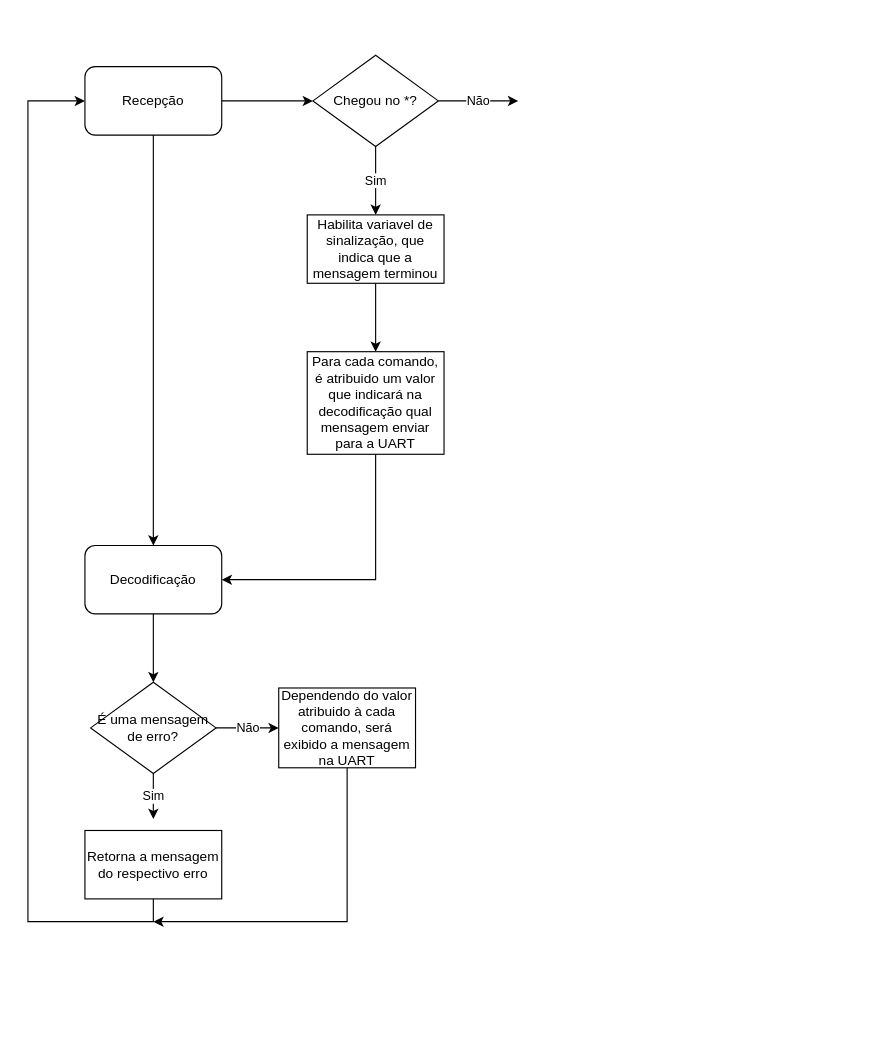
This is EA076_Fluxograma_1.drawio from GustavoFA/EA076_2022_1S, a draw.io file, before an edit. Source tidied: cells renumbered, new cells numbered last; positions are measured from the earlier drawing's top-left corner, leaving out a move shared by most shapes. Both pictures are drawn from the tidied source at 114%, with x=0, y=0 at pixel (27, 55).
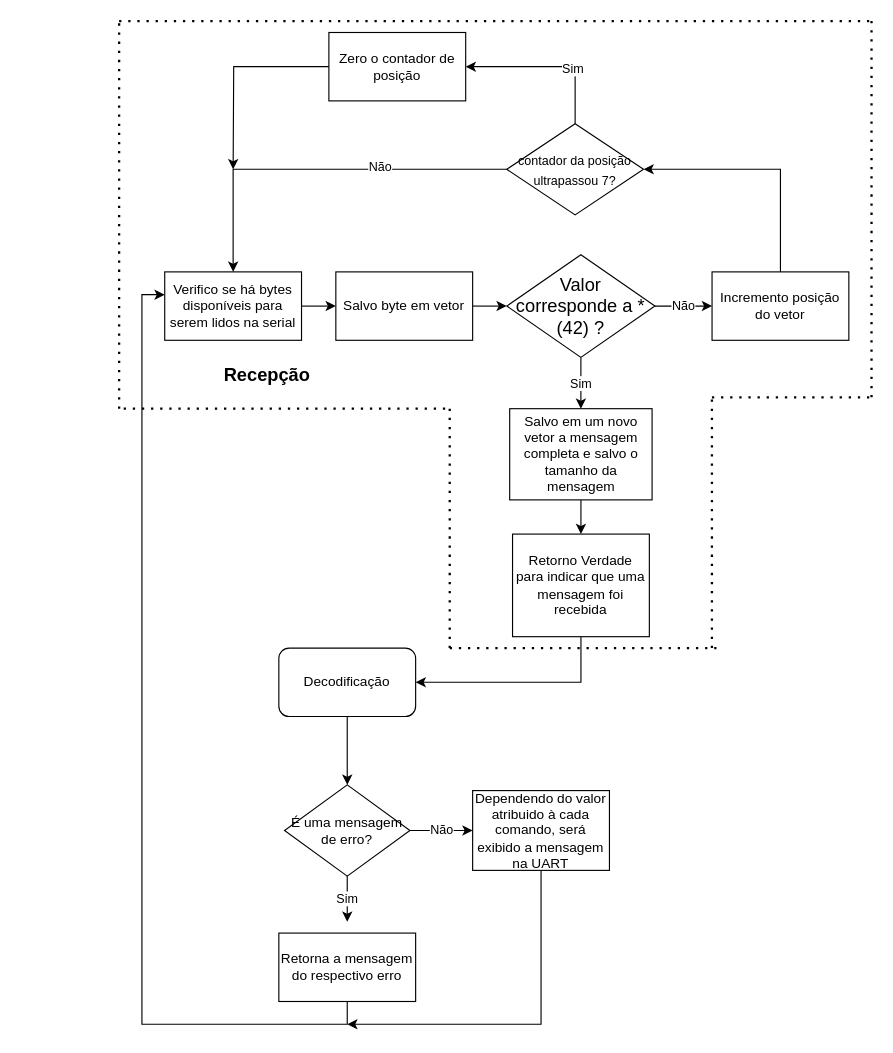
Above is the later version.

The edit, as a diff of the source:
```diff
@@
-    <mxCell id="2" style="edgeStyle=orthogonalEdgeStyle;rounded=0;jettySize=auto;html=1;entryX=0.5;entryY=0;entryDx=0;entryDy=0;" parent="1" edge="1" source="4" target="6">
-      <mxGeometry relative="1" as="geometry" />
-    </mxCell>
-    <mxCell id="3" style="edgeStyle=orthogonalEdgeStyle;rounded=0;jettySize=auto;html=1;" parent="1" edge="1" source="4" target="9">
-      <mxGeometry relative="1" as="geometry" />
-    </mxCell>
-    <mxCell id="4" value="Recepção" style="rounded=1;whiteSpace=wrap;html=1;" parent="1" vertex="1">
-      <mxGeometry x="50" y="10" width="120" height="60" as="geometry" />
-    </mxCell>
@@
     <mxCell id="6" value="Decodificação" style="rounded=1;whiteSpace=wrap;html=1;" parent="1" vertex="1">
-      <mxGeometry x="50" y="430" width="120" height="60" as="geometry" />
+      <mxGeometry x="220.1" y="520" width="120" height="60" as="geometry" />
     </mxCell>
-    <mxCell id="7" value="Não" style="edgeStyle=orthogonalEdgeStyle;rounded=0;jettySize=auto;html=1;exitX=1;exitY=0.5;exitDx=0;exitDy=0;" parent="1" edge="1" source="9">
-      <mxGeometry relative="1" as="geometry">
-        <mxPoint x="430" y="40" as="targetPoint" />
-      </mxGeometry>
+    <mxCell id="7" value="Não" style="edgeStyle=orthogonalEdgeStyle;rounded=0;jettySize=auto;html=1;exitX=1;exitY=0.5;exitDx=0;exitDy=0;entryX=0;entryY=0.5;entryDx=0;entryDy=0;" parent="1" edge="1" source="9" target="23">
+      <mxGeometry relative="1" as="geometry" />
     </mxCell>
@@
-    <mxCell id="9" value="Chegou no *?" style="rhombus;whiteSpace=wrap;html=1;" parent="1" vertex="1">
-      <mxGeometry x="250" width="110" height="80" as="geometry" />
+    <mxCell id="9" value="&lt;div&gt;&lt;span&gt;&lt;font style=&quot;font-size: 16px&quot;&gt;Valor corresponde a * (42) ?&lt;/font&gt;&lt;/span&gt;&lt;/div&gt;" style="rhombus;whiteSpace=wrap;html=1;align=center;" parent="1" vertex="1">
+      <mxGeometry x="420.1" y="175" width="129.9" height="90" as="geometry" />
     </mxCell>
-    <mxCell id="10" style="edgeStyle=orthogonalEdgeStyle;rounded=0;jettySize=auto;html=1;exitX=0.5;exitY=1;exitDx=0;exitDy=0;" parent="1" edge="1" source="11">
-      <mxGeometry relative="1" as="geometry">
-        <mxPoint x="305" y="260" as="targetPoint" />
-      </mxGeometry>
-    </mxCell>
+    <mxCell id="21" style="edgeStyle=orthogonalEdgeStyle;rounded=0;jettySize=auto;html=1;entryX=0.5;entryY=0;entryDx=0;entryDy=0;fontSize=16;" parent="1" edge="1" source="11" target="13">
+      <mxGeometry relative="1" as="geometry" />
+    </mxCell>
-    <mxCell id="11" value="Habilita variavel de sinalização, que indica que a mensagem terminou" style="whiteSpace=wrap;html=1;" parent="1" vertex="1">
-      <mxGeometry x="245" y="140" width="120" height="60" as="geometry" />
+    <mxCell id="11" value="Salvo em um novo vetor a mensagem completa e salvo o tamanho da mensagem" style="whiteSpace=wrap;html=1;" parent="1" vertex="1">
+      <mxGeometry x="422.6" y="310" width="124.9" height="80" as="geometry" />
     </mxCell>
@@
-    <mxCell id="13" value="Para cada comando, é atribuido um valor que indicará na decodificação qual mensagem enviar para a UART" style="rounded=0;whiteSpace=wrap;html=1;" parent="1" vertex="1">
-      <mxGeometry x="245" y="260" width="120" height="90" as="geometry" />
+    <mxCell id="13" value="Retorno Verdade para indicar que uma mensagem foi recebida" style="rounded=0;whiteSpace=wrap;html=1;" parent="1" vertex="1">
+      <mxGeometry x="425.1" y="420" width="120" height="90" as="geometry" />
     </mxCell>
     <mxCell id="14" value="Sim" style="edgeStyle=orthogonalEdgeStyle;rounded=0;jettySize=auto;html=1;exitX=0.5;exitY=1;exitDx=0;exitDy=0;" parent="1" edge="1" source="16">
       <mxGeometry relative="1" as="geometry">
-        <mxPoint x="110" y="670" as="targetPoint" />
+        <mxPoint x="280.1" y="760" as="targetPoint" />
       </mxGeometry>
     </mxCell>
@@
     <mxCell id="16" value="É uma mensagem de erro?" style="rhombus;whiteSpace=wrap;html=1;" parent="1" vertex="1">
-      <mxGeometry x="55" y="550" width="110" height="80" as="geometry" />
+      <mxGeometry x="225.1" y="640" width="110" height="80" as="geometry" />
     </mxCell>
-    <mxCell id="17" style="edgeStyle=orthogonalEdgeStyle;rounded=0;jettySize=auto;html=1;exitX=0.5;exitY=1;exitDx=0;exitDy=0;entryX=0;entryY=0.5;entryDx=0;entryDy=0;" parent="1" edge="1" source="18" target="4">
+    <mxCell id="17" style="edgeStyle=orthogonalEdgeStyle;rounded=0;jettySize=auto;html=1;exitX=0.5;exitY=1;exitDx=0;exitDy=0;" parent="1" edge="1" source="18">
       <mxGeometry relative="1" as="geometry">
+        <mxPoint x="120" y="210" as="targetPoint" />
         <Array as="points">
-          <mxPoint x="110" y="760" />
-          <mxPoint y="760" />
-          <mxPoint y="40" />
+          <mxPoint x="280" y="850" />
+          <mxPoint x="100" y="850" />
+          <mxPoint x="100" y="210" />
+          <mxPoint x="120" y="210" />
         </Array>
       </mxGeometry>
     </mxCell>
     <mxCell id="18" value="Retorna a mensagem do respectivo erro" style="rounded=0;whiteSpace=wrap;html=1;" parent="1" vertex="1">
-      <mxGeometry x="50" y="680" width="120" height="60" as="geometry" />
+      <mxGeometry x="220.1" y="770" width="120" height="60" as="geometry" />
     </mxCell>
     <mxCell id="19" style="edgeStyle=orthogonalEdgeStyle;rounded=0;jettySize=auto;html=1;exitX=0.5;exitY=1;exitDx=0;exitDy=0;" parent="1" edge="1" source="20">
       <mxGeometry relative="1" as="geometry">
-        <mxPoint x="110" y="760" as="targetPoint" />
+        <mxPoint x="280.1" y="850" as="targetPoint" />
         <Array as="points">
-          <mxPoint x="280" y="760" />
+          <mxPoint x="450.1" y="850" />
         </Array>
       </mxGeometry>
     </mxCell>
     <mxCell id="20" value="Dependendo do valor atribuido à cada comando, será exibido a mensagem na UART" style="rounded=0;whiteSpace=wrap;html=1;" parent="1" vertex="1">
-      <mxGeometry x="220" y="555" width="120" height="70" as="geometry" />
+      <mxGeometry x="390.1" y="645" width="120" height="70" as="geometry" />
     </mxCell>
+    <mxCell id="22" style="edgeStyle=orthogonalEdgeStyle;rounded=0;jettySize=auto;html=1;exitX=0.5;exitY=0;exitDx=0;exitDy=0;entryX=1;entryY=0.5;entryDx=0;entryDy=0;fontSize=11;" parent="1" edge="1" source="23" target="32">
+      <mxGeometry relative="1" as="geometry" />
+    </mxCell>
+    <mxCell id="23" value="Incremento posição do vetor" style="rounded=0;whiteSpace=wrap;html=1;" parent="1" vertex="1">
+      <mxGeometry x="600.1" y="190" width="120" height="60" as="geometry" />
+    </mxCell>
+    <mxCell id="24" style="edgeStyle=orthogonalEdgeStyle;rounded=0;jettySize=auto;html=1;exitX=1;exitY=0.5;exitDx=0;exitDy=0;entryX=0;entryY=0.5;entryDx=0;entryDy=0;" parent="1" edge="1" source="25" target="27">
+      <mxGeometry relative="1" as="geometry" />
+    </mxCell>
+    <mxCell id="25" value="&lt;span&gt;Verifico se há bytes disponíveis para serem lidos na serial&lt;/span&gt;" style="rounded=0;whiteSpace=wrap;html=1;" parent="1" vertex="1">
+      <mxGeometry x="120" y="190" width="120" height="60" as="geometry" />
+    </mxCell>
+    <mxCell id="26" style="edgeStyle=orthogonalEdgeStyle;rounded=0;jettySize=auto;html=1;exitX=1;exitY=0.5;exitDx=0;exitDy=0;" parent="1" edge="1" source="27">
+      <mxGeometry relative="1" as="geometry">
+        <mxPoint x="420" y="220" as="targetPoint" />
+      </mxGeometry>
+    </mxCell>
+    <mxCell id="27" value="Salvo byte em vetor" style="rounded=0;whiteSpace=wrap;html=1;" parent="1" vertex="1">
+      <mxGeometry x="270.1" y="190" width="120" height="60" as="geometry" />
+    </mxCell>
+    <mxCell id="28" style="edgeStyle=orthogonalEdgeStyle;rounded=0;jettySize=auto;html=1;exitX=0;exitY=0.5;exitDx=0;exitDy=0;entryX=0.5;entryY=0;entryDx=0;entryDy=0;fontSize=11;" parent="1" edge="1" source="32" target="25">
+      <mxGeometry relative="1" as="geometry" />
+    </mxCell>
+    <mxCell id="29" value="Não" style="edgeLabel;html=1;align=center;verticalAlign=middle;fontSize=11;" parent="28" vertex="1">
+      <mxGeometry x="-0.32" y="-3" relative="1" as="geometry" />
+    </mxCell>
+    <mxCell id="30" style="edgeStyle=orthogonalEdgeStyle;rounded=0;jettySize=auto;html=1;exitX=0.5;exitY=0;exitDx=0;exitDy=0;fontSize=11;entryX=1;entryY=0.5;entryDx=0;entryDy=0;" parent="1" edge="1" source="32" target="34">
+      <mxGeometry relative="1" as="geometry" />
+    </mxCell>
+    <mxCell id="31" value="Sim" style="edgeLabel;html=1;align=center;verticalAlign=middle;fontSize=11;" parent="30" vertex="1">
+      <mxGeometry x="-0.27" relative="1" as="geometry">
+        <mxPoint y="1" as="offset" />
+      </mxGeometry>
+    </mxCell>
+    <mxCell id="32" value="&lt;font style=&quot;font-size: 11px&quot;&gt;contador da posição ultrapassou 7?&lt;/font&gt;" style="rhombus;whiteSpace=wrap;html=1;fontSize=14;" parent="1" vertex="1">
+      <mxGeometry x="420" y="60" width="120" height="80" as="geometry" />
+    </mxCell>
+    <mxCell id="33" style="edgeStyle=orthogonalEdgeStyle;rounded=0;jettySize=auto;html=1;exitX=0;exitY=0.5;exitDx=0;exitDy=0;fontSize=11;" parent="1" edge="1" source="34">
+      <mxGeometry relative="1" as="geometry">
+        <mxPoint x="180" y="100" as="targetPoint" />
+      </mxGeometry>
+    </mxCell>
+    <mxCell id="34" value="Zero o contador de posição" style="rounded=0;whiteSpace=wrap;html=1;" parent="1" vertex="1">
+      <mxGeometry x="264" y="-20" width="120" height="60" as="geometry" />
+    </mxCell>
+    <mxCell id="35" style="endArrow=none;dashed=1;html=1;dashPattern=1 3;strokeWidth=2;rounded=0;fontSize=16;" parent="1" edge="1">
+      <mxGeometry relative="1" as="geometry">
+        <mxPoint x="84" y="310" as="sourcePoint" />
+        <mxPoint x="370" y="310" as="targetPoint" />
+      </mxGeometry>
+    </mxCell>
+    <mxCell id="36" style="endArrow=none;dashed=1;html=1;dashPattern=1 3;strokeWidth=2;rounded=0;fontSize=16;" parent="1" edge="1">
+      <mxGeometry relative="1" as="geometry">
+        <mxPoint x="370" y="520" as="sourcePoint" />
+        <mxPoint x="370" y="310" as="targetPoint" />
+      </mxGeometry>
+    </mxCell>
+    <mxCell id="37" style="endArrow=none;dashed=1;html=1;dashPattern=1 3;strokeWidth=2;rounded=0;fontSize=16;" parent="1" edge="1">
+      <mxGeometry relative="1" as="geometry">
+        <mxPoint x="370" y="520" as="sourcePoint" />
+        <mxPoint x="610" y="520" as="targetPoint" />
+      </mxGeometry>
+    </mxCell>
+    <mxCell id="38" style="endArrow=none;dashed=1;html=1;dashPattern=1 3;strokeWidth=2;rounded=0;fontSize=16;" parent="1" edge="1">
+      <mxGeometry relative="1" as="geometry">
+        <mxPoint x="600" y="520" as="sourcePoint" />
+        <mxPoint x="600" y="300" as="targetPoint" />
+      </mxGeometry>
+    </mxCell>
+    <mxCell id="39" style="endArrow=none;dashed=1;html=1;dashPattern=1 3;strokeWidth=2;rounded=0;fontSize=16;" parent="1" edge="1">
+      <mxGeometry relative="1" as="geometry">
+        <mxPoint x="80" y="310" as="sourcePoint" />
+        <mxPoint x="80" y="-30" as="targetPoint" />
+      </mxGeometry>
+    </mxCell>
+    <mxCell id="40" style="endArrow=none;dashed=1;html=1;dashPattern=1 3;strokeWidth=2;rounded=0;fontSize=16;" parent="1" edge="1">
+      <mxGeometry relative="1" as="geometry">
+        <mxPoint x="80" y="-30" as="sourcePoint" />
+        <mxPoint x="740" y="-30" as="targetPoint" />
+      </mxGeometry>
+    </mxCell>
+    <mxCell id="41" style="endArrow=none;dashed=1;html=1;dashPattern=1 3;strokeWidth=2;rounded=0;fontSize=16;" parent="1" edge="1">
+      <mxGeometry relative="1" as="geometry">
+        <mxPoint x="740" y="300" as="sourcePoint" />
+        <mxPoint x="740" y="-30" as="targetPoint" />
+      </mxGeometry>
+    </mxCell>
+    <mxCell id="42" style="endArrow=none;dashed=1;html=1;dashPattern=1 3;strokeWidth=2;rounded=0;fontSize=16;" parent="1" edge="1">
+      <mxGeometry relative="1" as="geometry">
+        <mxPoint x="600" y="300" as="sourcePoint" />
+        <mxPoint x="740" y="300" as="targetPoint" />
+      </mxGeometry>
+    </mxCell>
+    <mxCell id="4" value="&lt;b&gt;Recepção&lt;/b&gt;" style="text;html=1;strokeColor=none;fillColor=none;align=center;verticalAlign=middle;whiteSpace=wrap;rounded=0;fontSize=16;" parent="1" vertex="1">
+      <mxGeometry x="180" y="265" width="60" height="30" as="geometry" />
+    </mxCell>
```
